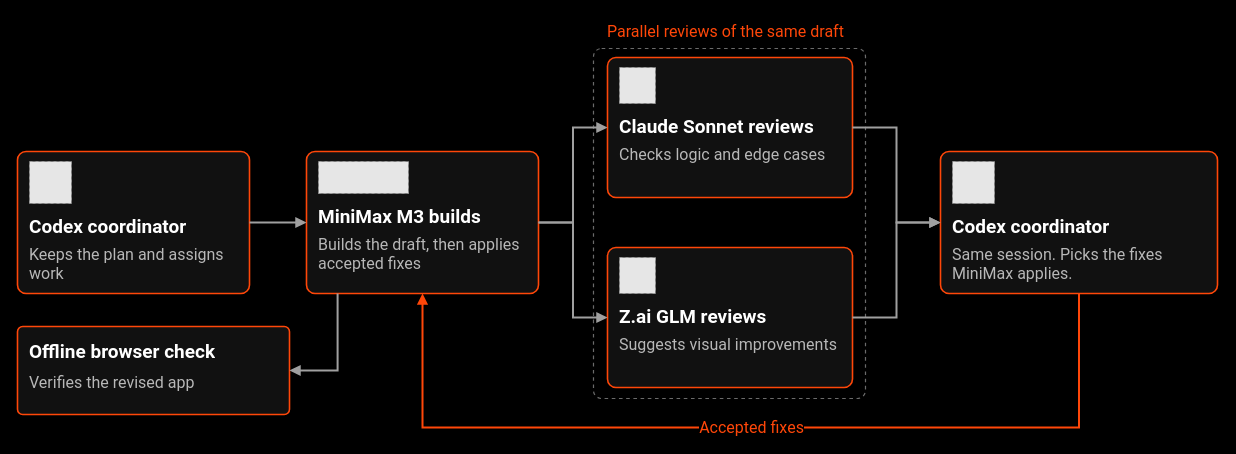
This is presentation/diagrams/model-handoffs.drawio from Max-FM/RDP-Train-the-Trainer-Workshop-2026, a draw.io file, before an edit. Source tidied: cells renumbered, new cells numbered last; positions are measured from the earlier drawing's top-left corner, leaving out a move shared by most shapes. Both pictures are drawn from the tidied source at 100%, with x=0, y=0 at pixel (17, 17). Pictures stored in the file or linked from it are replaced by grey dashed boxes.
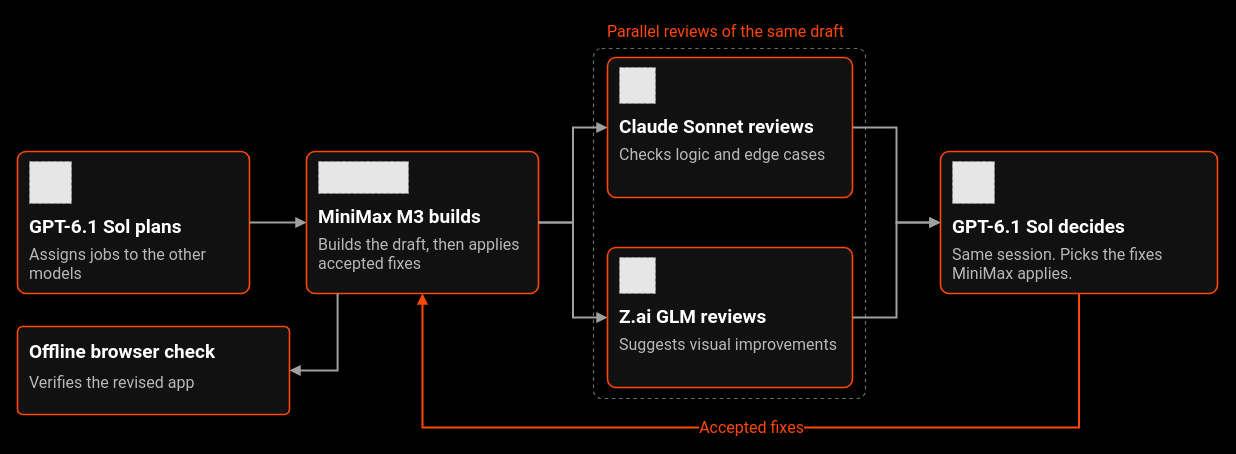
Above is the later version.

Commit message (it also covers changes not shown here):
docs(presentation): name GPT-6.1 Sol as the coordinator on slide 5

Diff of the diagram source:
```diff
@@
-    <mxCell id="5" value="Codex coordinator" style="text;html=1;whiteSpace=wrap;overflow=hidden;strokeColor=none;fillColor=none;spacing=0;align=left;verticalAlign=top;fontSize=19;fontColor=#FFFFFF;fontFamily=Roboto;fontStyle=1;" parent="1" vertex="1">
+    <mxCell id="5" value="GPT-6.1 Sol plans" style="text;html=1;whiteSpace=wrap;overflow=hidden;strokeColor=none;fillColor=none;spacing=0;align=left;verticalAlign=top;fontSize=19;fontColor=#FFFFFF;fontFamily=Roboto;fontStyle=1;" parent="1" vertex="1">
       <mxGeometry x="12" y="194" width="208" height="25" as="geometry" />
     </mxCell>
-    <mxCell id="6" value="Keeps the plan and assigns work" style="text;html=1;whiteSpace=wrap;overflow=hidden;strokeColor=none;fillColor=none;spacing=0;align=left;verticalAlign=top;fontSize=16;fontColor=#B8B8B8;fontFamily=Roboto;" parent="1" vertex="1">
+    <mxCell id="6" value="Assigns jobs to the other models" style="text;html=1;whiteSpace=wrap;overflow=hidden;strokeColor=none;fillColor=none;spacing=0;align=left;verticalAlign=top;fontSize=16;fontColor=#B8B8B8;fontFamily=Roboto;" parent="1" vertex="1">
       <mxGeometry x="12" y="223" width="208" height="45" as="geometry" />
     </mxCell>
@@
-    <mxCell id="21" value="Codex coordinator" style="text;html=1;whiteSpace=wrap;overflow=hidden;strokeColor=none;fillColor=none;spacing=0;align=left;verticalAlign=top;fontSize=19;fontColor=#FFFFFF;fontFamily=Roboto;fontStyle=1;" parent="1" vertex="1">
+    <mxCell id="21" value="GPT-6.1 Sol decides" style="text;html=1;whiteSpace=wrap;overflow=hidden;strokeColor=none;fillColor=none;spacing=0;align=left;verticalAlign=top;fontSize=19;fontColor=#FFFFFF;fontFamily=Roboto;fontStyle=1;" parent="1" vertex="1">
       <mxGeometry x="935" y="194" width="253" height="25" as="geometry" />
     </mxCell>
```
